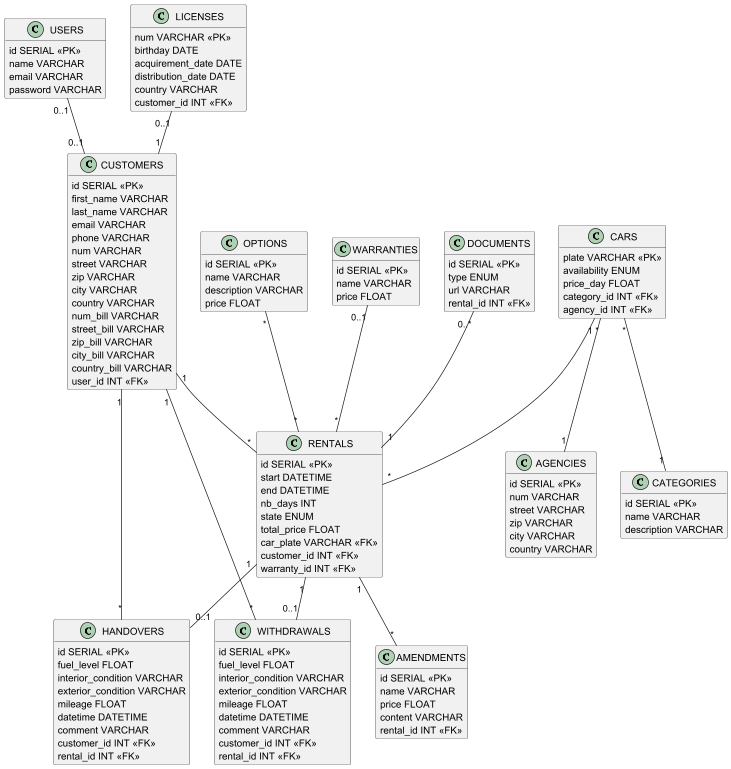
Earlier version of the PlantUML export uml/diagram.png (axelriv62/roulmapoul-api).
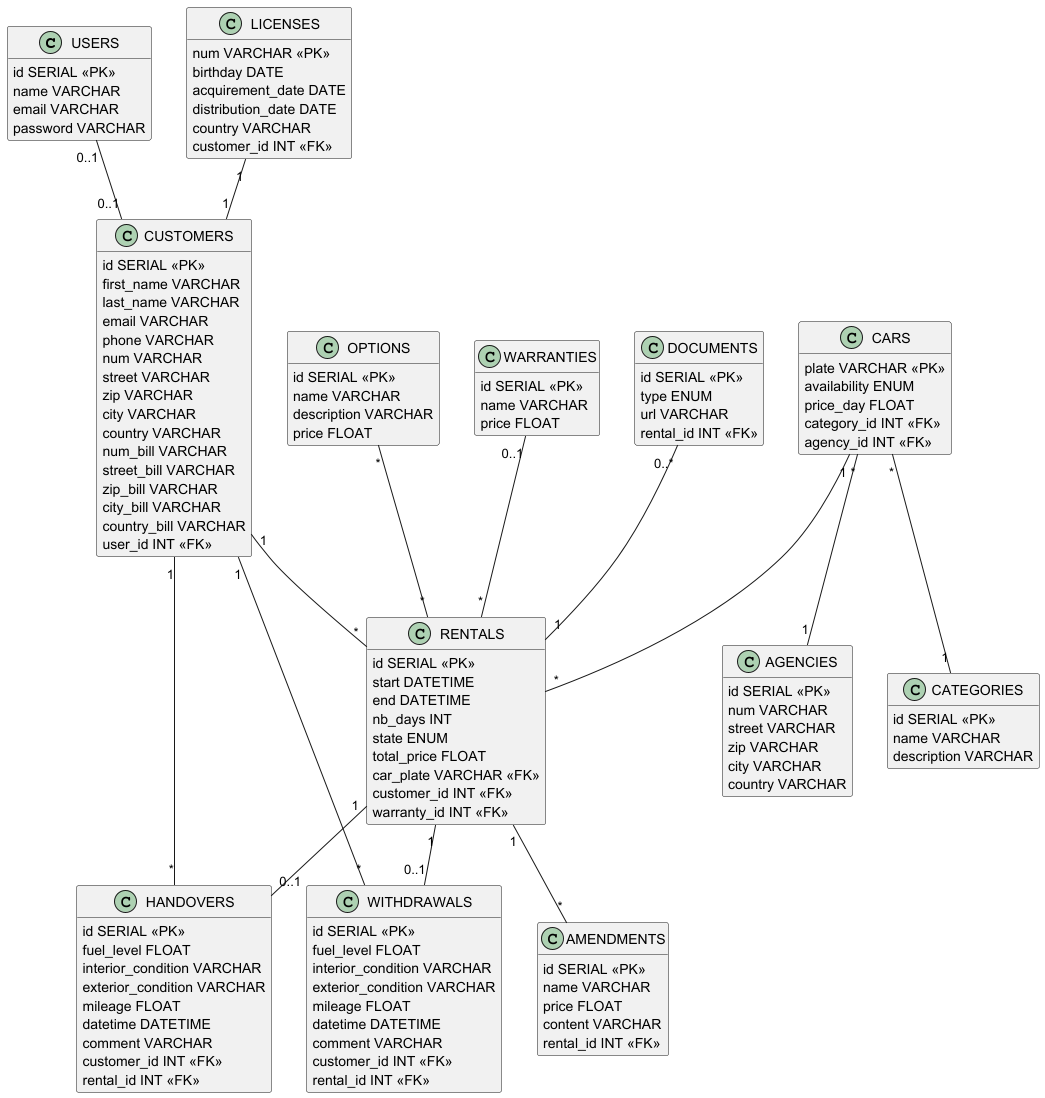
After the commit.

Commit message:
docs: changement de la cardinalité entre un client et son permis

Change to the diagram source:
```diff
@@ -130,7 +130,7 @@
 RENTALS "1" -- "0..1" WITHDRAWALS
 WITHDRAWALS "*" -- "1" CUSTOMERS
 USERS "0..1" -- "0..1" CUSTOMERS
-LICENSES "0..1" -- "1" CUSTOMERS
+LICENSES "1" -- "1" CUSTOMERS
 WARRANTIES "0..1" -- "*" RENTALS
 OPTIONS "*" -- "*" RENTALS
 DOCUMENTS "0..*" -- "1" RENTALS
```
